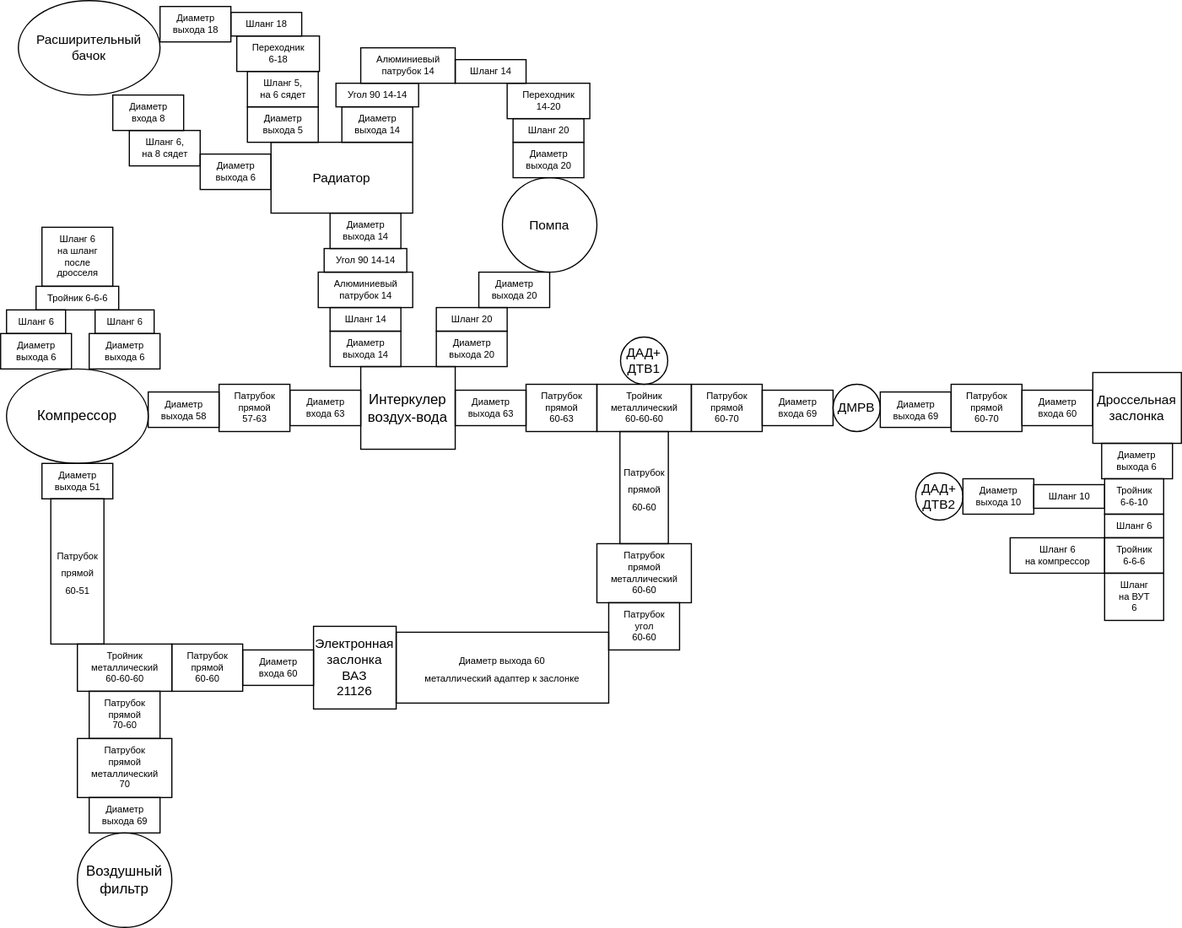
kak-tus/compressor keeps this draw.io diagram as pipes_scheme.drawio.svg. Above is the earlier version. Source tidied: cells renumbered, new cells last; positions are measured from the earlier drawing's top-left corner, leaving out a move shared by most shapes.
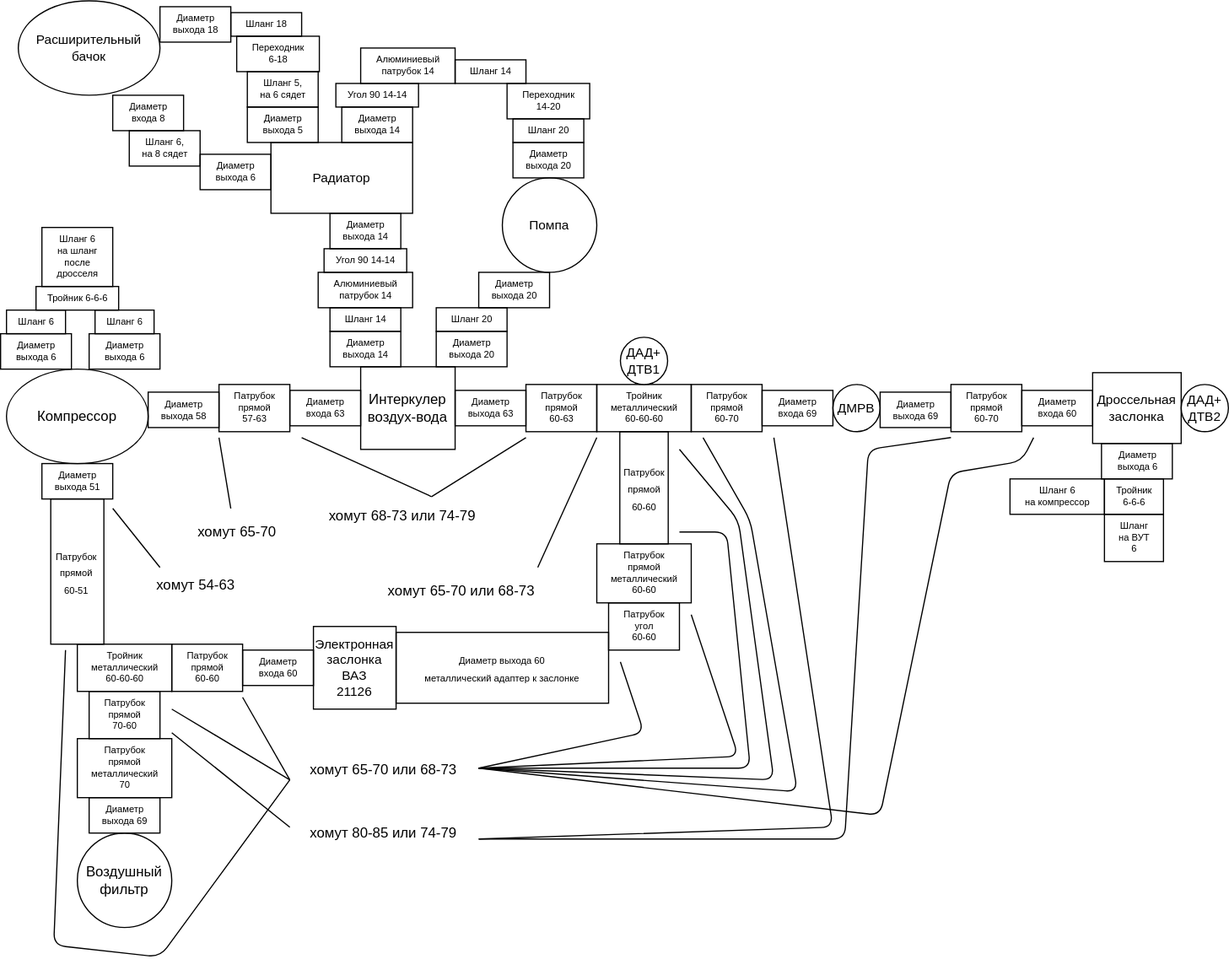
The same file after the commit.

The edit, as a diff of the source:
```diff
@@ -18,7 +18,7 @@
       <mxGeometry x="265" y="530" width="70" height="70" as="geometry" />
     </mxCell>
     <mxCell id="7" value="ДАД+&lt;br&gt;ДТВ2" style="ellipse;whiteSpace=wrap;html=1;fontFamily=Helvetica;fontSize=11;fontColor=default;" parent="1" vertex="1">
-      <mxGeometry x="775" y="400" width="40" height="40" as="geometry" />
+      <mxGeometry x="1000" y="325" width="40" height="40" as="geometry" />
     </mxCell>
     <mxCell id="8" value="Радиатор" style="rounded=0;whiteSpace=wrap;html=1;fontFamily=Helvetica;fontSize=11;fontColor=default;" parent="1" vertex="1">
       <mxGeometry x="229" y="120" width="120" height="60" as="geometry" />
@@ -141,28 +141,16 @@
       <mxGeometry x="35" y="192" width="60" height="50" as="geometry" />
     </mxCell>
     <mxCell id="48" value="Шланг&lt;br&gt;на ВУТ&lt;br&gt;6" style="text;html=1;align=center;verticalAlign=middle;strokeColor=default;fillColor=none;fontSize=8;" parent="1" vertex="1">
-      <mxGeometry x="935" y="485" width="50" height="40" as="geometry" />
+      <mxGeometry x="935" y="435" width="50" height="40" as="geometry" />
     </mxCell>
     <mxCell id="49" value="Диаметр&lt;br style=&quot;font-size: 8px;&quot;&gt;выхода 6" style="text;html=1;align=center;verticalAlign=middle;strokeColor=default;fillColor=none;fontSize=8;" parent="1" vertex="1">
       <mxGeometry x="932.5" y="375" width="60" height="30" as="geometry" />
     </mxCell>
-    <mxCell id="50" value="Тройник&lt;br&gt;6-6-10" style="text;html=1;align=center;verticalAlign=middle;strokeColor=default;fillColor=none;fontSize=8;" parent="1" vertex="1">
-      <mxGeometry x="935" y="405" width="50" height="30" as="geometry" />
-    </mxCell>
-    <mxCell id="51" value="Диаметр&lt;br style=&quot;font-size: 8px;&quot;&gt;выхода 10" style="text;html=1;align=center;verticalAlign=middle;strokeColor=default;fillColor=none;fontSize=8;" parent="1" vertex="1">
-      <mxGeometry x="815" y="405" width="60" height="30" as="geometry" />
-    </mxCell>
-    <mxCell id="52" value="Шланг 6" style="text;html=1;align=center;verticalAlign=middle;strokeColor=default;fillColor=none;fontSize=8;" parent="1" vertex="1">
-      <mxGeometry x="935" y="435" width="50" height="20" as="geometry" />
-    </mxCell>
-    <mxCell id="53" value="Шланг 10" style="text;html=1;align=center;verticalAlign=middle;strokeColor=default;fillColor=none;fontSize=8;" parent="1" vertex="1">
-      <mxGeometry x="875" y="410" width="60" height="20" as="geometry" />
-    </mxCell>
     <mxCell id="54" value="Шланг 6&lt;br&gt;на компрессор" style="text;html=1;align=center;verticalAlign=middle;strokeColor=default;fillColor=none;fontSize=8;" parent="1" vertex="1">
-      <mxGeometry x="855" y="455" width="80" height="30" as="geometry" />
+      <mxGeometry x="855" y="405" width="80" height="30" as="geometry" />
     </mxCell>
     <mxCell id="55" value="Тройник&lt;br&gt;6-6-6" style="text;html=1;align=center;verticalAlign=middle;strokeColor=default;fillColor=none;fontSize=8;" parent="1" vertex="1">
-      <mxGeometry x="935" y="455" width="50" height="30" as="geometry" />
+      <mxGeometry x="935" y="405" width="50" height="30" as="geometry" />
     </mxCell>
     <mxCell id="56" value="Патрубок&lt;br&gt;прямой&lt;br style=&quot;border-color: var(--border-color);&quot;&gt;70-60" style="text;html=1;align=center;verticalAlign=middle;strokeColor=default;fillColor=none;fontSize=8;" parent="1" vertex="1">
       <mxGeometry x="75" y="585" width="60" height="40" as="geometry" />
@@ -215,5 +203,159 @@
     <mxCell id="72" value="&lt;span style=&quot;font-size: 8px;&quot;&gt;Патрубок&lt;/span&gt;&lt;br style=&quot;border-color: var(--border-color); font-size: 8px;&quot;&gt;&lt;span style=&quot;font-size: 8px;&quot;&gt;прямой&lt;/span&gt;&lt;br style=&quot;border-color: var(--border-color); font-size: 8px;&quot;&gt;&lt;span style=&quot;font-size: 8px;&quot;&gt;60-60&lt;/span&gt;" style="rounded=0;whiteSpace=wrap;html=1;strokeColor=default;fillColor=none;" parent="1" vertex="1">
       <mxGeometry x="524.5" y="365" width="41" height="95" as="geometry" />
     </mxCell>
+    <mxCell id="73" value="хомут 80-85 или 74-79" style="text;html=1;align=center;verticalAlign=middle;strokeColor=none;fillColor=none;" parent="1" vertex="1">
+      <mxGeometry x="249" y="690" width="150" height="30" as="geometry" />
+    </mxCell>
+    <mxCell id="74" style="endArrow=none;html=1;" parent="1" edge="1">
+      <mxGeometry relative="1" as="geometry">
+        <mxPoint x="245" y="700" as="sourcePoint" />
+        <mxPoint x="145" y="620" as="targetPoint" />
+      </mxGeometry>
+    </mxCell>
+    <mxCell id="75" value="хомут 65-70 или 68-73" style="text;html=1;align=center;verticalAlign=middle;strokeColor=none;fillColor=none;" parent="1" vertex="1">
+      <mxGeometry x="249" y="637" width="150" height="30" as="geometry" />
+    </mxCell>
+    <mxCell id="76" style="endArrow=none;html=1;" parent="1" edge="1">
+      <mxGeometry relative="1" as="geometry">
+        <mxPoint x="145" y="600" as="sourcePoint" />
+        <mxPoint x="245" y="660" as="targetPoint" />
+      </mxGeometry>
+    </mxCell>
+    <mxCell id="77" style="endArrow=none;html=1;" parent="1" edge="1">
+      <mxGeometry relative="1" as="geometry">
+        <mxPoint x="205" y="590" as="sourcePoint" />
+        <mxPoint x="245" y="660" as="targetPoint" />
+      </mxGeometry>
+    </mxCell>
+    <mxCell id="78" style="endArrow=none;html=1;" parent="1" edge="1">
+      <mxGeometry relative="1" as="geometry">
+        <mxPoint x="405" y="650" as="sourcePoint" />
+        <mxPoint x="525" y="560" as="targetPoint" />
+        <Array as="points">
+          <mxPoint x="545" y="620" />
+        </Array>
+      </mxGeometry>
+    </mxCell>
+    <mxCell id="79" style="endArrow=none;html=1;" parent="1" edge="1">
+      <mxGeometry relative="1" as="geometry">
+        <mxPoint x="405" y="650" as="sourcePoint" />
+        <mxPoint x="585" y="520" as="targetPoint" />
+        <Array as="points">
+          <mxPoint x="625" y="640" />
+        </Array>
+      </mxGeometry>
+    </mxCell>
+    <mxCell id="80" style="endArrow=none;html=1;" parent="1" edge="1">
+      <mxGeometry relative="1" as="geometry">
+        <mxPoint x="405" y="650" as="sourcePoint" />
+        <mxPoint x="575" y="450" as="targetPoint" />
+        <Array as="points">
+          <mxPoint x="635" y="650" />
+          <mxPoint x="615" y="450" />
+        </Array>
+      </mxGeometry>
+    </mxCell>
+    <mxCell id="81" style="endArrow=none;html=1;" parent="1" edge="1">
+      <mxGeometry relative="1" as="geometry">
+        <mxPoint x="405" y="650" as="sourcePoint" />
+        <mxPoint x="575" y="380" as="targetPoint" />
+        <Array as="points">
+          <mxPoint x="655" y="660" />
+          <mxPoint x="625" y="440" />
+        </Array>
+      </mxGeometry>
+    </mxCell>
+    <mxCell id="82" style="endArrow=none;html=1;" parent="1" edge="1">
+      <mxGeometry relative="1" as="geometry">
+        <mxPoint x="405" y="650" as="sourcePoint" />
+        <mxPoint x="595" y="370" as="targetPoint" />
+        <Array as="points">
+          <mxPoint x="675" y="670" />
+          <mxPoint x="635" y="440" />
+        </Array>
+      </mxGeometry>
+    </mxCell>
+    <mxCell id="83" style="endArrow=none;html=1;" parent="1" edge="1">
+      <mxGeometry relative="1" as="geometry">
+        <mxPoint x="405" y="710" as="sourcePoint" />
+        <mxPoint x="655" y="370" as="targetPoint" />
+        <Array as="points">
+          <mxPoint x="705" y="700" />
+        </Array>
+      </mxGeometry>
+    </mxCell>
+    <mxCell id="84" style="endArrow=none;html=1;" parent="1" edge="1">
+      <mxGeometry relative="1" as="geometry">
+        <mxPoint x="405" y="710" as="sourcePoint" />
+        <mxPoint x="805" y="370" as="targetPoint" />
+        <Array as="points">
+          <mxPoint x="715" y="710" />
+          <mxPoint x="735" y="380" />
+        </Array>
+      </mxGeometry>
+    </mxCell>
+    <mxCell id="85" style="endArrow=none;html=1;" parent="1" edge="1">
+      <mxGeometry relative="1" as="geometry">
+        <mxPoint x="405" y="650" as="sourcePoint" />
+        <mxPoint x="875" y="370" as="targetPoint" />
+        <Array as="points">
+          <mxPoint x="745" y="690" />
+          <mxPoint x="805" y="400" />
+          <mxPoint x="865" y="390" />
+        </Array>
+      </mxGeometry>
+    </mxCell>
+    <mxCell id="86" value="хомут 54-63" style="text;html=1;align=center;verticalAlign=middle;strokeColor=none;fillColor=none;" parent="1" vertex="1">
+      <mxGeometry x="120" y="480" width="90" height="30" as="geometry" />
+    </mxCell>
+    <mxCell id="87" style="endArrow=none;html=1;" parent="1" edge="1">
+      <mxGeometry relative="1" as="geometry">
+        <mxPoint x="245" y="660" as="sourcePoint" />
+        <mxPoint x="55" y="550" as="targetPoint" />
+        <Array as="points">
+          <mxPoint x="135" y="810" />
+          <mxPoint x="45" y="800" />
+        </Array>
+      </mxGeometry>
+    </mxCell>
+    <mxCell id="88" style="endArrow=none;html=1;" parent="1" edge="1">
+      <mxGeometry relative="1" as="geometry">
+        <mxPoint x="135" y="480" as="sourcePoint" />
+        <mxPoint x="95" y="430" as="targetPoint" />
+      </mxGeometry>
+    </mxCell>
+    <mxCell id="89" value="хомут 65-70" style="text;html=1;align=center;verticalAlign=middle;strokeColor=none;fillColor=none;" parent="1" vertex="1">
+      <mxGeometry x="155" y="435" width="90" height="30" as="geometry" />
+    </mxCell>
+    <mxCell id="90" style="endArrow=none;html=1;" parent="1" edge="1">
+      <mxGeometry relative="1" as="geometry">
+        <mxPoint x="195" y="430" as="sourcePoint" />
+        <mxPoint x="185" y="370" as="targetPoint" />
+      </mxGeometry>
+    </mxCell>
+    <mxCell id="91" value="хомут 68-73 или 74-79" style="text;html=1;align=center;verticalAlign=middle;strokeColor=none;fillColor=none;" parent="1" vertex="1">
+      <mxGeometry x="265" y="422" width="150" height="30" as="geometry" />
+    </mxCell>
+    <mxCell id="92" style="endArrow=none;html=1;" parent="1" edge="1">
+      <mxGeometry relative="1" as="geometry">
+        <mxPoint x="365" y="420" as="sourcePoint" />
+        <mxPoint x="255" y="370" as="targetPoint" />
+      </mxGeometry>
+    </mxCell>
+    <mxCell id="93" style="endArrow=none;html=1;" parent="1" edge="1">
+      <mxGeometry relative="1" as="geometry">
+        <mxPoint x="365" y="420" as="sourcePoint" />
+        <mxPoint x="445" y="370" as="targetPoint" />
+      </mxGeometry>
+    </mxCell>
+    <mxCell id="94" value="хомут 65-70 или 68-73" style="text;html=1;align=center;verticalAlign=middle;strokeColor=none;fillColor=none;" parent="1" vertex="1">
+      <mxGeometry x="315" y="485" width="150" height="30" as="geometry" />
+    </mxCell>
+    <mxCell id="95" style="endArrow=none;html=1;" parent="1" edge="1">
+      <mxGeometry relative="1" as="geometry">
+        <mxPoint x="455" y="480" as="sourcePoint" />
+        <mxPoint x="505" y="370" as="targetPoint" />
+      </mxGeometry>
+    </mxCell>
   </root>
 </mxGraphModel>
```
